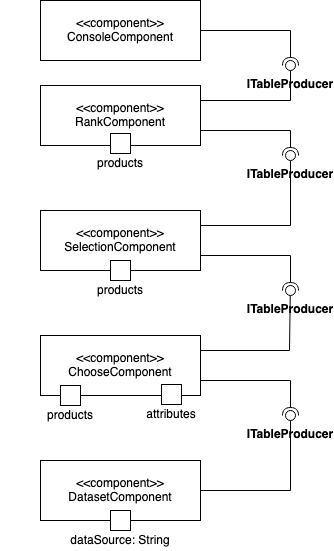
Above: lab01/images/Diagrama1.png in agscripter/inf331 (draw.io), before the change. Source tidied: cells renumbered, new cells last; positions are measured from the earlier drawing's top-left corner, leaving out a move shared by most shapes.
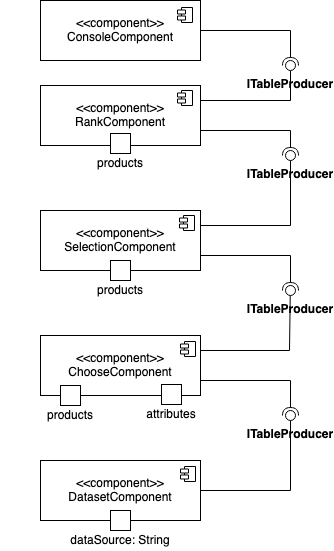
After the commit.

Commit message:
Add diagramas para o quarto

Diff of the diagram source:
```diff
@@ -119,5 +119,20 @@
     <mxCell id="28" value="products" style="text;html=1;strokeColor=none;fillColor=none;align=center;verticalAlign=middle;whiteSpace=wrap;rounded=0;" parent="1" vertex="1">
       <mxGeometry x="50" y="153" width="140" height="20" as="geometry" />
     </mxCell>
+    <mxCell id="29" style="shape=component;jettyWidth=8;jettyHeight=4;" parent="1" vertex="1">
+      <mxGeometry x="177" y="7" width="15" height="15" as="geometry" />
+    </mxCell>
+    <mxCell id="30" style="shape=component;jettyWidth=8;jettyHeight=4;" parent="1" vertex="1">
+      <mxGeometry x="177" y="90" width="15" height="15" as="geometry" />
+    </mxCell>
+    <mxCell id="31" style="shape=component;jettyWidth=8;jettyHeight=4;" parent="1" vertex="1">
+      <mxGeometry x="179" y="215" width="15" height="15" as="geometry" />
+    </mxCell>
+    <mxCell id="32" style="shape=component;jettyWidth=8;jettyHeight=4;" parent="1" vertex="1">
+      <mxGeometry x="180" y="341" width="15" height="15" as="geometry" />
+    </mxCell>
+    <mxCell id="33" style="shape=component;jettyWidth=8;jettyHeight=4;" parent="1" vertex="1">
+      <mxGeometry x="180" y="466" width="15" height="15" as="geometry" />
+    </mxCell>
   </root>
 </mxGraphModel>
```
